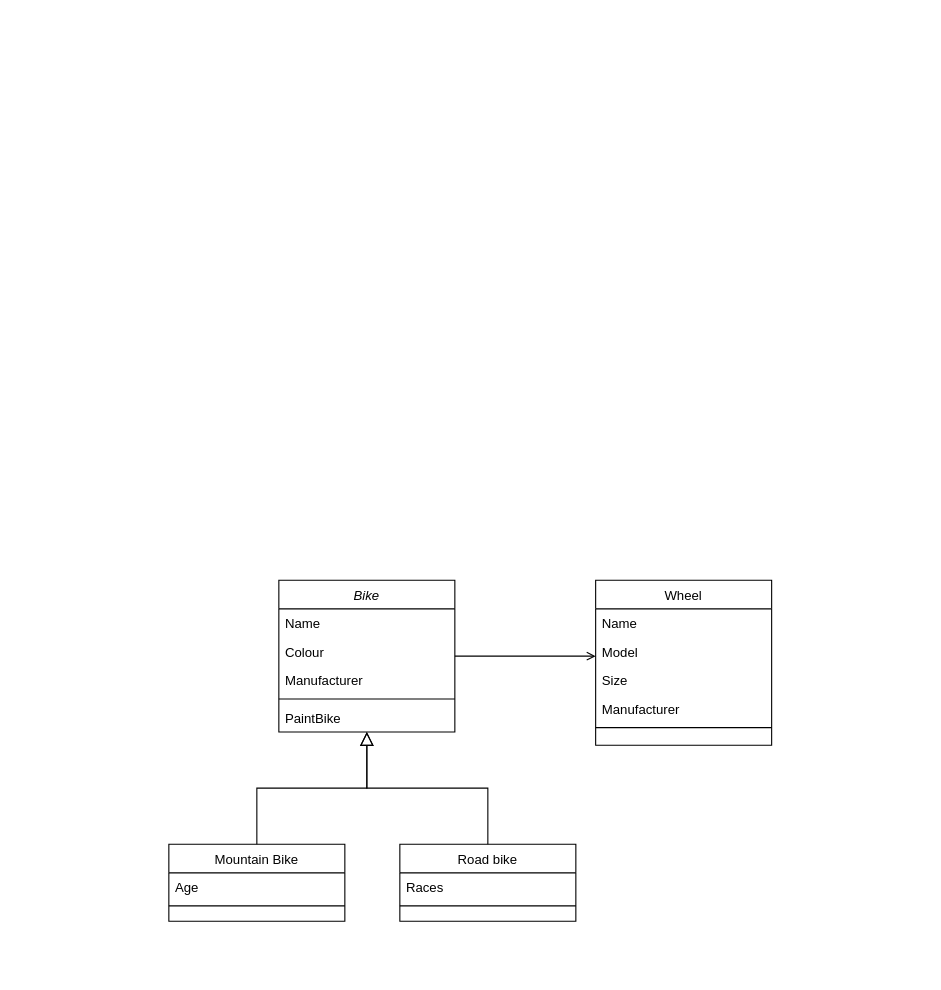
walshl11/M226B keeps this draw.io diagram as Documents/ClassDiagram.drawio. Above is the earlier version. Source tidied: cells renumbered, new cells numbered last; positions are measured from the earlier drawing's top-left corner, leaving out a move shared by most shapes. Both pictures are drawn from the tidied source at 110%, with x=0, y=0 at pixel (168, 580).
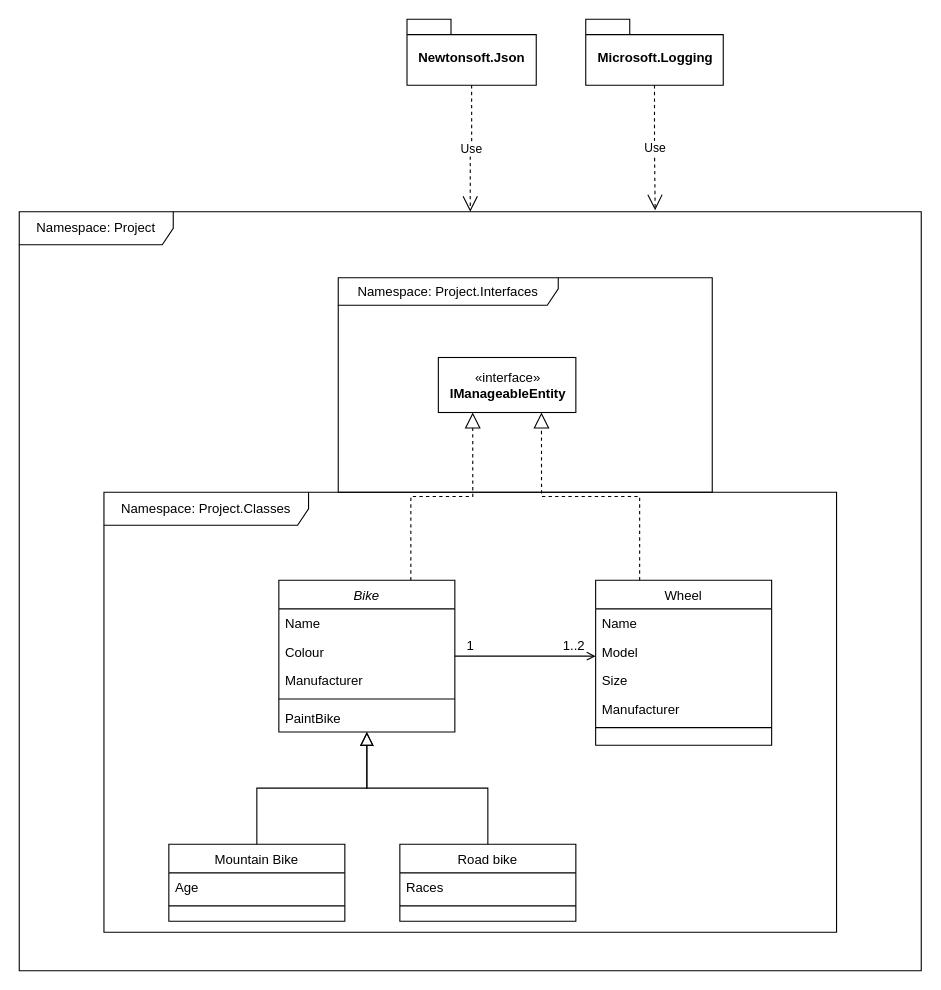
The same page after the edit.

Unchanged cells that the change refers to:
```xml
<mxCell id="2" value="Bike" style="swimlane;fontStyle=2;align=center;verticalAlign=top;horizontal=1;startSize=26;rounded=0;shadow=0;strokeWidth=1;" parent="1" vertex="1">
  <mxGeometry x="100" width="160" height="138" as="geometry" />
</mxCell>
<mxCell id="16" value="Wheel" style="swimlane;fontStyle=0;align=center;verticalAlign=top;horizontal=1;startSize=26;rounded=0;shadow=0;strokeWidth=1;" parent="1" vertex="1">
  <mxGeometry x="388" width="160" height="150" as="geometry" />
</mxCell>
```

The edit, as a diff of the source:
```diff
@@
+    <mxCell id="23" value="1" style="text;html=1;align=center;verticalAlign=middle;strokeColor=none;fillColor=none;" parent="1" vertex="1">
+      <mxGeometry x="264" y="50" width="20" height="20" as="geometry" />
+    </mxCell>
+    <mxCell id="24" value="1..2" style="text;html=1;align=center;verticalAlign=middle;strokeColor=none;fillColor=none;" parent="1" vertex="1">
+      <mxGeometry x="348" y="50" width="40" height="20" as="geometry" />
+    </mxCell>
+    <mxCell id="25" value="«interface»&lt;br&gt;&lt;b&gt;IManageableEntity&lt;/b&gt;" style="html=1;" parent="1" vertex="1">
+      <mxGeometry x="245" y="-202.5" width="125" height="50" as="geometry" />
+    </mxCell>
+    <mxCell id="26" style="endArrow=block;dashed=1;endFill=0;endSize=12;html=1;rounded=0;edgeStyle=orthogonalEdgeStyle;entryX=0.25;entryY=1;entryDx=0;entryDy=0;exitX=0.75;exitY=0;exitDx=0;exitDy=0;" parent="1" edge="1" source="2" target="25">
+      <mxGeometry relative="1" as="geometry" />
+    </mxCell>
+    <mxCell id="27" style="endArrow=block;dashed=1;endFill=0;endSize=12;html=1;rounded=0;edgeStyle=orthogonalEdgeStyle;entryX=0.75;entryY=1;entryDx=0;entryDy=0;exitX=0.25;exitY=0;exitDx=0;exitDy=0;" parent="1" edge="1" source="16" target="25">
+      <mxGeometry relative="1" as="geometry" />
+    </mxCell>
+    <mxCell id="28" value="Namespace: Project.Interfaces" style="shape=umlFrame;whiteSpace=wrap;html=1;width=200;height=25;" parent="1" vertex="1">
+      <mxGeometry x="154" y="-275" width="340" height="195" as="geometry" />
+    </mxCell>
+    <mxCell id="29" value="Namespace: Project.Classes" style="shape=umlFrame;whiteSpace=wrap;html=1;width=186;height=30;" parent="1" vertex="1">
+      <mxGeometry x="-59" y="-80" width="666" height="400" as="geometry" />
+    </mxCell>
+    <mxCell id="30" value="Namespace: Project" style="shape=umlFrame;whiteSpace=wrap;html=1;width=140;height=30;" parent="1" vertex="1">
+      <mxGeometry x="-136" y="-335" width="820" height="690" as="geometry" />
+    </mxCell>
+    <mxCell id="31" value="Newtonsoft.Json" style="shape=folder;fontStyle=1;spacingTop=10;tabWidth=40;tabHeight=14;tabPosition=left;html=1;" parent="1" vertex="1">
+      <mxGeometry x="216.5" y="-510" width="117.5" height="60" as="geometry" />
+    </mxCell>
+    <mxCell id="32" value="Use" style="endArrow=open;endSize=12;dashed=1;html=1;rounded=0;edgeStyle=orthogonalEdgeStyle;exitX=0.5;exitY=1;exitDx=0;exitDy=0;exitPerimeter=0;" parent="1" edge="1" source="31" target="30">
+      <mxGeometry relative="1" as="geometry" />
+    </mxCell>
+    <mxCell id="33" value="Microsoft.Logging" style="shape=folder;fontStyle=1;spacingTop=10;tabWidth=40;tabHeight=14;tabPosition=left;html=1;" parent="1" vertex="1">
+      <mxGeometry x="379" y="-510" width="125" height="60" as="geometry" />
+    </mxCell>
+    <mxCell id="34" value="Use" style="endArrow=open;endSize=12;dashed=1;html=1;rounded=0;edgeStyle=orthogonalEdgeStyle;exitX=0.5;exitY=1;exitDx=0;exitDy=0;exitPerimeter=0;entryX=0.705;entryY=-0.002;entryDx=0;entryDy=0;entryPerimeter=0;" parent="1" edge="1" source="33" target="30">
+      <mxGeometry relative="1" as="geometry" />
+    </mxCell>
```
